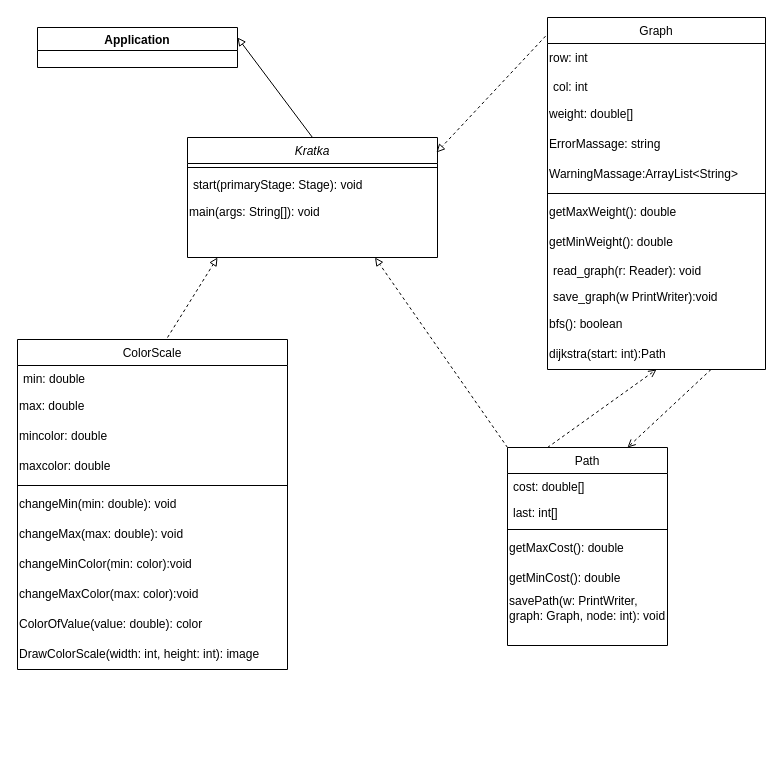
Above: Documents/graph-java.drawio in PetrashU/Graph-Java (draw.io), before the change. Source tidied: cells renumbered, new cells numbered last; positions are measured from the earlier drawing's top-left corner, leaving out a move shared by most shapes. Both pictures are drawn from the tidied source at 100%, with x=0, y=0 at pixel (17, 17).
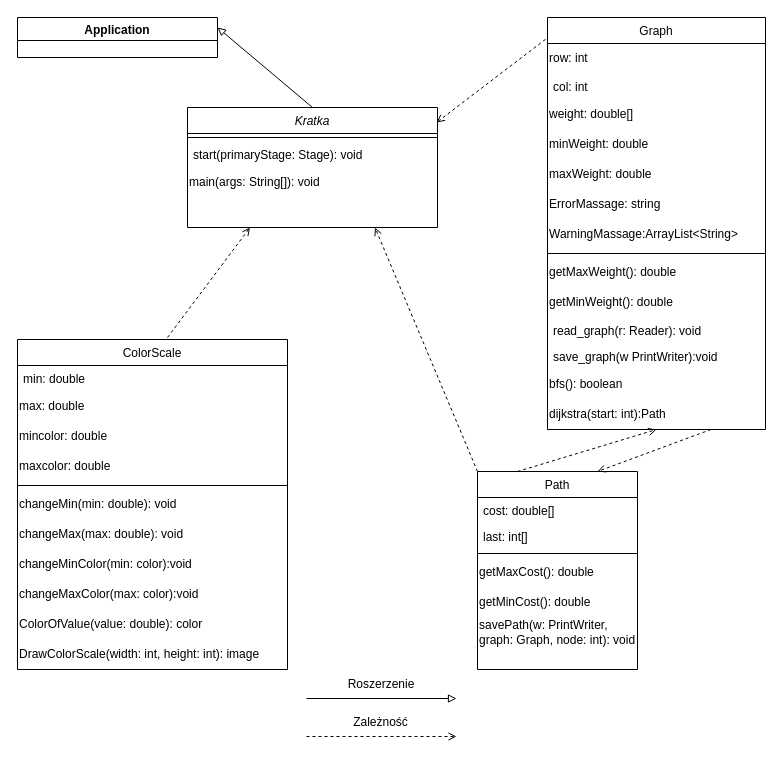
Above is the later version.

The edit, as a diff of the source:
```diff
@@
     <mxCell id="2" value="Kratka" style="swimlane;fontStyle=2;align=center;verticalAlign=top;horizontal=1;startSize=26;rounded=0;shadow=0;strokeWidth=1;" parent="1" vertex="1">
-      <mxGeometry x="170" y="120" width="250" height="120" as="geometry" />
+      <mxGeometry x="170" y="90" width="250" height="120" as="geometry" />
     </mxCell>
@@
     <mxCell id="6" value="Path" style="swimlane;fontStyle=0;align=center;verticalAlign=top;horizontal=1;startSize=26;rounded=0;shadow=0;strokeWidth=1;" parent="1" vertex="1">
-      <mxGeometry x="490" y="430" width="160" height="198" as="geometry" />
+      <mxGeometry x="460" y="454" width="160" height="198" as="geometry" />
     </mxCell>
@@
     <mxCell id="25" value="Graph" style="swimlane;fontStyle=0;align=center;verticalAlign=top;horizontal=1;startSize=26;rounded=0;shadow=0;strokeWidth=1;" parent="1" vertex="1">
-      <mxGeometry x="530" width="218" height="352" as="geometry" />
+      <mxGeometry x="530" width="218" height="412" as="geometry" />
     </mxCell>
@@
+    <mxCell id="45" value="minWeight: double" style="text;html=1;strokeColor=none;fillColor=none;align=left;verticalAlign=middle;whiteSpace=wrap;rounded=0;" parent="25" vertex="1">
+      <mxGeometry y="112" width="218" height="30" as="geometry" />
+    </mxCell>
+    <mxCell id="46" value="maxWeight: double" style="text;html=1;strokeColor=none;fillColor=none;align=left;verticalAlign=middle;whiteSpace=wrap;rounded=0;" parent="25" vertex="1">
+      <mxGeometry y="142" width="218" height="30" as="geometry" />
+    </mxCell>
     <mxCell id="29" value="ErrorMassage: string" style="text;html=1;strokeColor=none;fillColor=none;align=left;verticalAlign=middle;whiteSpace=wrap;rounded=0;" parent="25" vertex="1">
-      <mxGeometry y="112" width="218" height="30" as="geometry" />
+      <mxGeometry y="172" width="218" height="30" as="geometry" />
     </mxCell>
     <mxCell id="30" value="WarningMassage:ArrayList&amp;lt;String&amp;gt;" style="text;html=1;strokeColor=none;fillColor=none;align=left;verticalAlign=middle;whiteSpace=wrap;rounded=0;" parent="25" vertex="1">
-      <mxGeometry y="142" width="218" height="30" as="geometry" />
+      <mxGeometry y="202" width="218" height="30" as="geometry" />
     </mxCell>
     <mxCell id="31" style="line;html=1;strokeWidth=1;align=left;verticalAlign=middle;spacingTop=-1;spacingLeft=3;spacingRight=3;labelPosition=right;" parent="25" vertex="1">
-      <mxGeometry y="172" width="218" height="8" as="geometry" />
+      <mxGeometry y="232" width="218" height="8" as="geometry" />
     </mxCell>
     <mxCell id="32" value="getMaxWeight(): double" style="text;html=1;strokeColor=none;fillColor=none;align=left;verticalAlign=middle;whiteSpace=wrap;rounded=0;" parent="25" vertex="1">
-      <mxGeometry y="180" width="218" height="30" as="geometry" />
+      <mxGeometry y="240" width="218" height="30" as="geometry" />
     </mxCell>
     <mxCell id="33" value="getMinWeight(): double" style="text;html=1;strokeColor=none;fillColor=none;align=left;verticalAlign=middle;whiteSpace=wrap;rounded=0;" parent="25" vertex="1">
-      <mxGeometry y="210" width="218" height="30" as="geometry" />
+      <mxGeometry y="270" width="218" height="30" as="geometry" />
     </mxCell>
     <mxCell id="34" value="read_graph(r: Reader): void" style="text;align=left;verticalAlign=top;spacingLeft=4;spacingRight=4;overflow=hidden;" parent="25" vertex="1">
-      <mxGeometry y="240" width="218" height="26" as="geometry" />
+      <mxGeometry y="300" width="218" height="26" as="geometry" />
     </mxCell>
     <mxCell id="35" value="save_graph(w PrintWriter):void" style="text;align=left;verticalAlign=top;spacingLeft=4;spacingRight=4;overflow=hidden;" parent="25" vertex="1">
-      <mxGeometry y="266" width="218" height="26" as="geometry" />
+      <mxGeometry y="326" width="218" height="26" as="geometry" />
     </mxCell>
     <mxCell id="36" value="bfs(): boolean" style="text;html=1;strokeColor=none;fillColor=none;align=left;verticalAlign=middle;whiteSpace=wrap;rounded=0;" parent="25" vertex="1">
-      <mxGeometry y="292" width="218" height="30" as="geometry" />
+      <mxGeometry y="352" width="218" height="30" as="geometry" />
     </mxCell>
     <mxCell id="37" value="dijkstra(start: int):Path" style="text;html=1;strokeColor=none;fillColor=none;align=left;verticalAlign=middle;whiteSpace=wrap;rounded=0;" parent="25" vertex="1">
-      <mxGeometry y="322" width="218" height="30" as="geometry" />
+      <mxGeometry y="382" width="218" height="30" as="geometry" />
     </mxCell>
     <mxCell id="38" value="Application" style="swimlane;" parent="1" vertex="1">
-      <mxGeometry x="20" y="10" width="200" height="40" as="geometry" />
+      <mxGeometry width="200" height="40" as="geometry" />
     </mxCell>
@@
-    <mxCell id="40" style="endArrow=block;dashed=1;html=1;rounded=0;entryX=0.996;entryY=0.125;entryDx=0;entryDy=0;entryPerimeter=0;exitX=-0.009;exitY=0.053;exitDx=0;exitDy=0;exitPerimeter=0;startArrow=none;startFill=0;endFill=0;" parent="1" edge="1" source="25" target="2">
+    <mxCell id="40" style="endArrow=open;dashed=1;html=1;rounded=0;entryX=0.996;entryY=0.125;entryDx=0;entryDy=0;entryPerimeter=0;exitX=-0.009;exitY=0.053;exitDx=0;exitDy=0;exitPerimeter=0;startArrow=none;startFill=0;endFill=0;" parent="1" edge="1" source="25" target="2">
       <mxGeometry relative="1" as="geometry" />
     </mxCell>
-    <mxCell id="41" style="endArrow=block;dashed=1;html=1;rounded=0;endFill=0;" parent="1" edge="1">
+    <mxCell id="41" style="endArrow=open;dashed=1;html=1;rounded=0;endFill=0;entryX=0.25;entryY=1;entryDx=0;entryDy=0;" parent="1" edge="1" target="2">
       <mxGeometry relative="1" as="geometry">
         <mxPoint x="150" y="320" as="sourcePoint" />
-        <mxPoint x="200" y="240" as="targetPoint" />
       </mxGeometry>
     </mxCell>
@@
-    <mxCell id="43" style="endArrow=block;dashed=1;html=1;rounded=0;entryX=0.75;entryY=1;entryDx=0;entryDy=0;exitX=0;exitY=0;exitDx=0;exitDy=0;startArrow=none;startFill=0;endFill=0;" parent="1" edge="1" source="6" target="2">
+    <mxCell id="43" style="endArrow=open;dashed=1;html=1;rounded=0;entryX=0.75;entryY=1;entryDx=0;entryDy=0;exitX=0;exitY=0;exitDx=0;exitDy=0;startArrow=none;startFill=0;endFill=0;" parent="1" edge="1" source="6" target="2">
       <mxGeometry relative="1" as="geometry" />
     </mxCell>
@@
+    <mxCell id="47" style="endArrow=block;html=1;rounded=0;endFill=0;" parent="1" edge="1">
+      <mxGeometry relative="1" as="geometry">
+        <mxPoint x="289" y="681" as="sourcePoint" />
+        <mxPoint x="439" y="681" as="targetPoint" />
+      </mxGeometry>
+    </mxCell>
+    <mxCell id="48" value="Roszerzenie" style="text;html=1;strokeColor=none;fillColor=none;align=center;verticalAlign=middle;whiteSpace=wrap;rounded=0;" parent="1" vertex="1">
+      <mxGeometry x="334" y="652" width="60" height="30" as="geometry" />
+    </mxCell>
+    <mxCell id="49" value="Zależność" style="text;html=1;strokeColor=none;fillColor=none;align=center;verticalAlign=middle;whiteSpace=wrap;rounded=0;" parent="1" vertex="1">
+      <mxGeometry x="256" y="690" width="215" height="30" as="geometry" />
+    </mxCell>
+    <mxCell id="50" style="endArrow=open;dashed=1;html=1;rounded=0;endFill=0;" parent="1" edge="1">
+      <mxGeometry relative="1" as="geometry">
+        <mxPoint x="289" y="719" as="sourcePoint" />
+        <mxPoint x="439" y="719" as="targetPoint" />
+      </mxGeometry>
+    </mxCell>
```
